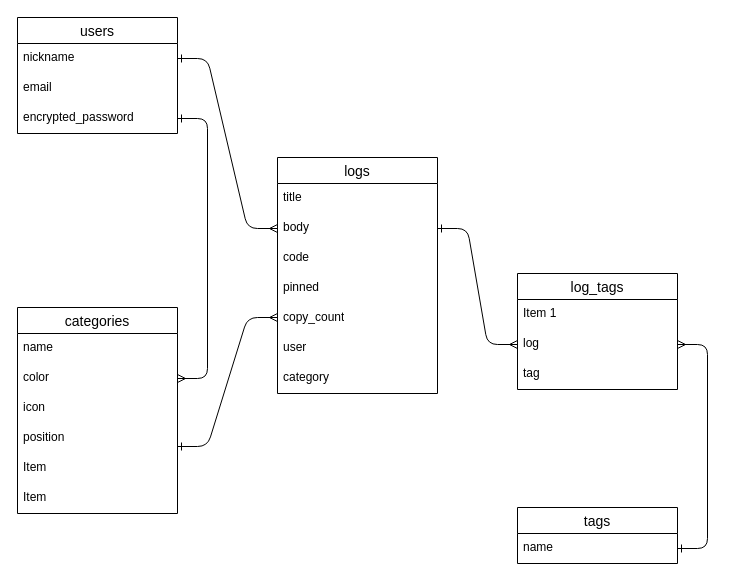
Before: ER.dio in koharin55/research_log, a draw.io diagram. Source tidied: cells renumbered, new cells numbered last; positions are measured from the earlier drawing's top-left corner, leaving out a move shared by most shapes. Both pictures are drawn from the tidied source at 100%, with x=0, y=0 at pixel (17, 17).
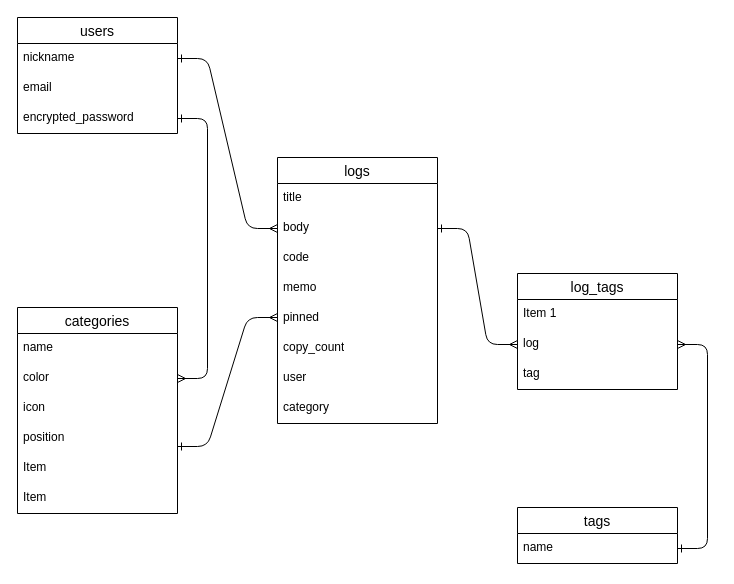
The same page after the edit.

Change to the diagram source:
```diff
@@
     <mxCell id="2" value="logs" style="swimlane;fontStyle=0;horizontal=1;startSize=26;align=center;fontSize=14;" parent="1" vertex="1">
-      <mxGeometry x="260" y="140" width="160" height="236" as="geometry" />
+      <mxGeometry x="260" y="140" width="160" height="266" as="geometry" />
     </mxCell>
@@
+    <mxCell id="32" value="memo" style="text;strokeColor=none;fillColor=none;spacingLeft=4;spacingRight=4;overflow=hidden;fontSize=12;whiteSpace=wrap;html=1;" parent="2" vertex="1">
+      <mxGeometry y="116" width="160" height="30" as="geometry" />
+    </mxCell>
     <mxCell id="6" value="pinned" style="text;strokeColor=none;fillColor=none;spacingLeft=4;spacingRight=4;overflow=hidden;fontSize=12;whiteSpace=wrap;html=1;" parent="2" vertex="1">
-      <mxGeometry y="116" width="160" height="30" as="geometry" />
+      <mxGeometry y="146" width="160" height="30" as="geometry" />
     </mxCell>
     <mxCell id="7" value="copy_count" style="text;strokeColor=none;fillColor=none;spacingLeft=4;spacingRight=4;overflow=hidden;fontSize=12;whiteSpace=wrap;html=1;" parent="2" vertex="1">
-      <mxGeometry y="146" width="160" height="30" as="geometry" />
+      <mxGeometry y="176" width="160" height="30" as="geometry" />
     </mxCell>
     <mxCell id="8" value="user" style="text;strokeColor=none;fillColor=none;spacingLeft=4;spacingRight=4;overflow=hidden;fontSize=12;whiteSpace=wrap;html=1;" parent="2" vertex="1">
-      <mxGeometry y="176" width="160" height="30" as="geometry" />
+      <mxGeometry y="206" width="160" height="30" as="geometry" />
     </mxCell>
     <mxCell id="9" value="category" style="text;strokeColor=none;fillColor=none;spacingLeft=4;spacingRight=4;overflow=hidden;fontSize=12;whiteSpace=wrap;html=1;" parent="2" vertex="1">
-      <mxGeometry y="206" width="160" height="30" as="geometry" />
+      <mxGeometry y="236" width="160" height="30" as="geometry" />
     </mxCell>
```
